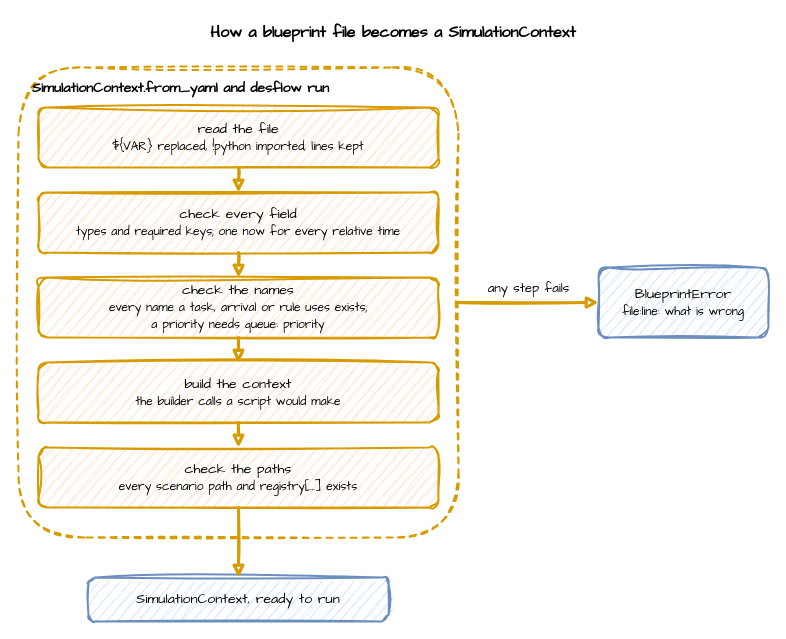
Before: docs/assets/diagrams/blueprint-loading.drawio in jaehyeon-kim/desflow, a draw.io diagram. Source tidied: cells renumbered, new cells numbered last; positions are measured from the earlier drawing's top-left corner, leaving out a move shared by most shapes. Both pictures are drawn from the tidied source at 100%, with x=0, y=0 at pixel (18, 17).
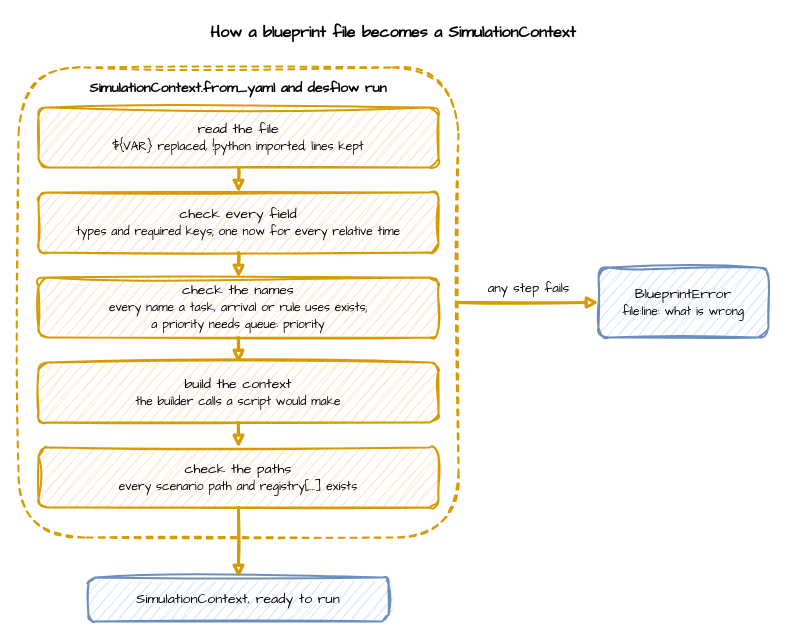
After the change.

Change to the diagram source:
```diff
@@
 <mxGraphModel>
   <root>
     <mxCell id="0" />
     <mxCell id="1" parent="0" />
     <mxCell id="2" value="How a blueprint file becomes a SimulationContext" style="text;html=1;align=center;verticalAlign=middle;whiteSpace=wrap;fontFamily=Comic Sans MS;fontSize=16;fontStyle=1;" parent="1" vertex="1">
       <mxGeometry width="750" height="30" as="geometry" />
     </mxCell>
-    <mxCell id="3" value="SimulationContext.from_yaml and desflow run" style="rounded=1;whiteSpace=wrap;html=1;sketch=1;curveFitting=1;jiggle=2;fontFamily=Comic Sans MS;fontSize=14;fillColor=none;strokeColor=#d79b00;strokeWidth=2;dashed=1;verticalAlign=top;align=left;spacingLeft=12;spacingTop=6;fontStyle=1;" parent="1" vertex="1">
+    <mxCell id="3" value="SimulationContext.from_yaml and desflow run" style="rounded=1;whiteSpace=wrap;html=1;sketch=1;curveFitting=1;jiggle=2;fontFamily=Comic Sans MS;fontSize=14;fillColor=none;strokeColor=#d79b00;strokeWidth=2;dashed=1;verticalAlign=top;align=center;spacingTop=6;fontStyle=1;" parent="1" vertex="1">
       <mxGeometry y="50" width="440" height="470" as="geometry" />
     </mxCell>
     <mxCell id="4" value="read the file&lt;br&gt;&lt;font style='font-size:12px'&gt;${VAR} replaced, !python imported, lines kept&lt;/font&gt;" style="rounded=1;whiteSpace=wrap;html=1;sketch=1;curveFitting=1;jiggle=2;fontFamily=Comic Sans MS;fontSize=14;fillColor=#ffe6cc;strokeColor=#d79b00;strokeWidth=2;" parent="1" vertex="1">
       <mxGeometry x="20" y="90" width="400" height="60" as="geometry" />
     </mxCell>
     <mxCell id="5" value="check every field&lt;br&gt;&lt;font style='font-size:12px'&gt;types and required keys; one now for every relative time&lt;/font&gt;" style="rounded=1;whiteSpace=wrap;html=1;sketch=1;curveFitting=1;jiggle=2;fontFamily=Comic Sans MS;fontSize=14;fillColor=#ffe6cc;strokeColor=#d79b00;strokeWidth=2;" parent="1" vertex="1">
       <mxGeometry x="20" y="175" width="400" height="60" as="geometry" />
     </mxCell>
     <mxCell id="6" value="check the names&lt;br&gt;&lt;font style='font-size:12px'&gt;every name a task, arrival or rule uses exists;&lt;br&gt;a priority needs queue: priority&lt;/font&gt;" style="rounded=1;whiteSpace=wrap;html=1;sketch=1;curveFitting=1;jiggle=2;fontFamily=Comic Sans MS;fontSize=14;fillColor=#ffe6cc;strokeColor=#d79b00;strokeWidth=2;" parent="1" vertex="1">
       <mxGeometry x="20" y="260" width="400" height="60" as="geometry" />
     </mxCell>
     <mxCell id="7" value="build the context&lt;br&gt;&lt;font style='font-size:12px'&gt;the builder calls a script would make&lt;/font&gt;" style="rounded=1;whiteSpace=wrap;html=1;sketch=1;curveFitting=1;jiggle=2;fontFamily=Comic Sans MS;fontSize=14;fillColor=#ffe6cc;strokeColor=#d79b00;strokeWidth=2;" parent="1" vertex="1">
       <mxGeometry x="20" y="345" width="400" height="60" as="geometry" />
     </mxCell>
     <mxCell id="8" value="check the paths&lt;br&gt;&lt;font style='font-size:12px'&gt;every scenario path and registry[...] exists&lt;/font&gt;" style="rounded=1;whiteSpace=wrap;html=1;sketch=1;curveFitting=1;jiggle=2;fontFamily=Comic Sans MS;fontSize=14;fillColor=#ffe6cc;strokeColor=#d79b00;strokeWidth=2;" parent="1" vertex="1">
       <mxGeometry x="20" y="430" width="400" height="60" as="geometry" />
     </mxCell>
     <mxCell id="9" style="edgeStyle=orthogonalEdgeStyle;rounded=0;sketch=1;html=1;strokeWidth=3;endArrow=block;strokeColor=#d79b00;fontFamily=Comic Sans MS;fontSize=13;labelBackgroundColor=#ffffff;exitX=0.5;exitY=1;exitDx=0;exitDy=0;entryX=0.5;entryY=0;entryDx=0;entryDy=0;" parent="1" edge="1" source="4" target="5">
       <mxGeometry relative="1" as="geometry" />
     </mxCell>
     <mxCell id="10" style="edgeStyle=orthogonalEdgeStyle;rounded=0;sketch=1;html=1;strokeWidth=3;endArrow=block;strokeColor=#d79b00;fontFamily=Comic Sans MS;fontSize=13;labelBackgroundColor=#ffffff;exitX=0.5;exitY=1;exitDx=0;exitDy=0;entryX=0.5;entryY=0;entryDx=0;entryDy=0;" parent="1" edge="1" source="5" target="6">
       <mxGeometry relative="1" as="geometry" />
     </mxCell>
     <mxCell id="11" style="edgeStyle=orthogonalEdgeStyle;rounded=0;sketch=1;html=1;strokeWidth=3;endArrow=block;strokeColor=#d79b00;fontFamily=Comic Sans MS;fontSize=13;labelBackgroundColor=#ffffff;exitX=0.5;exitY=1;exitDx=0;exitDy=0;entryX=0.5;entryY=0;entryDx=0;entryDy=0;" parent="1" edge="1" source="6" target="7">
       <mxGeometry relative="1" as="geometry" />
     </mxCell>
     <mxCell id="12" style="edgeStyle=orthogonalEdgeStyle;rounded=0;sketch=1;html=1;strokeWidth=3;endArrow=block;strokeColor=#d79b00;fontFamily=Comic Sans MS;fontSize=13;labelBackgroundColor=#ffffff;exitX=0.5;exitY=1;exitDx=0;exitDy=0;entryX=0.5;entryY=0;entryDx=0;entryDy=0;" parent="1" edge="1" source="7" target="8">
       <mxGeometry relative="1" as="geometry" />
     </mxCell>
     <mxCell id="13" value="SimulationContext, ready to run" style="rounded=1;whiteSpace=wrap;html=1;sketch=1;curveFitting=1;jiggle=2;fontFamily=Comic Sans MS;fontSize=14;fillColor=#dae8fc;strokeColor=#6c8ebf;strokeWidth=2;" parent="1" vertex="1">
       <mxGeometry x="70" y="560" width="300" height="44" as="geometry" />
     </mxCell>
     <mxCell id="14" style="edgeStyle=orthogonalEdgeStyle;rounded=0;sketch=1;html=1;strokeWidth=3;endArrow=block;strokeColor=#d79b00;fontFamily=Comic Sans MS;fontSize=13;labelBackgroundColor=#ffffff;exitX=0.5;exitY=1;exitDx=0;exitDy=0;entryX=0.5;entryY=0;entryDx=0;entryDy=0;" parent="1" edge="1" source="8" target="13">
       <mxGeometry relative="1" as="geometry" />
     </mxCell>
     <mxCell id="15" value="BlueprintError&lt;br&gt;&lt;font style='font-size:12px'&gt;file:line: what is wrong&lt;/font&gt;" style="rounded=1;whiteSpace=wrap;html=1;sketch=1;curveFitting=1;jiggle=2;fontFamily=Comic Sans MS;fontSize=14;fillColor=#dae8fc;strokeColor=#6c8ebf;strokeWidth=2;" parent="1" vertex="1">
       <mxGeometry x="580" y="250" width="170" height="70" as="geometry" />
     </mxCell>
     <mxCell id="16" value="any step fails" style="edgeStyle=orthogonalEdgeStyle;rounded=0;sketch=1;html=1;strokeWidth=3;endArrow=block;strokeColor=#d79b00;fontFamily=Comic Sans MS;fontSize=13;labelBackgroundColor=#ffffff;exitX=1;exitY=0.5;exitDx=0;exitDy=0;entryX=0;entryY=0.5;entryDx=0;entryDy=0;" parent="1" edge="1" source="3" target="15">
       <mxGeometry relative="1" as="geometry">
         <mxPoint y="-14" as="offset" />
       </mxGeometry>
     </mxCell>
   </root>
 </mxGraphModel>
```
